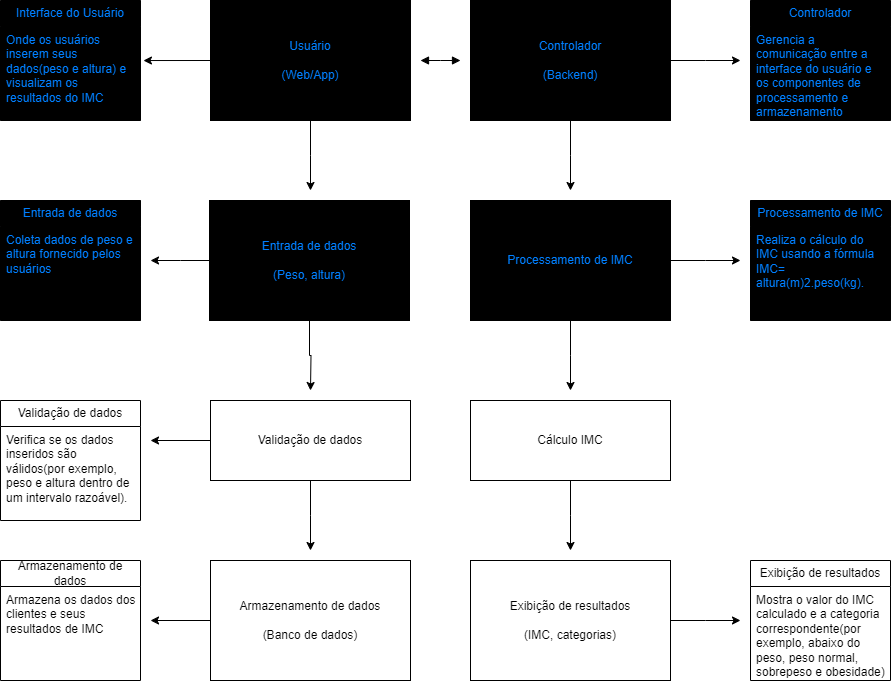
Zaibam/Desenvolvimento-De-Sistemas-1 keeps this draw.io diagram as Imc.drawio.png. Above is the earlier version. Source tidied: cells renumbered, new cells last; positions are measured from the earlier drawing's top-left corner, leaving out a move shared by most shapes.
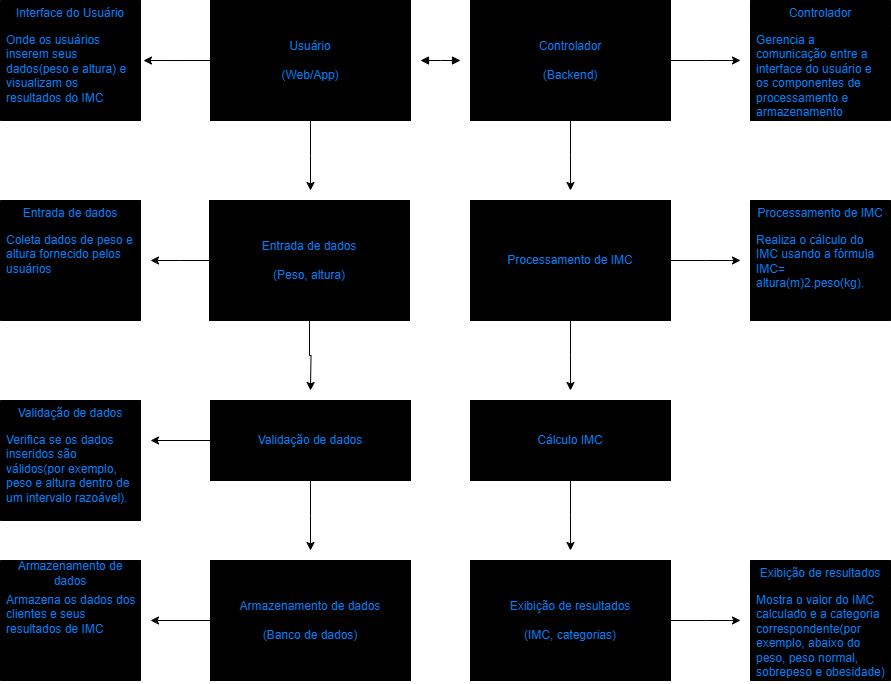
The same file after the commit.

Diff of the diagram source:
```diff
@@ -59,7 +59,7 @@
         <mxPoint x="150" y="440" as="targetPoint" />
       </mxGeometry>
     </mxCell>
-    <mxCell id="15" value="Validação de dados" style="html=1;whiteSpace=wrap;" parent="1" vertex="1">
+    <mxCell id="15" value="Validação de dados" style="html=1;whiteSpace=wrap;fillColor=#000000;fontColor=#007FFF;" parent="1" vertex="1">
       <mxGeometry x="210" y="400" width="200" height="80" as="geometry" />
     </mxCell>
     <mxCell id="16" style="edgeStyle=orthogonalEdgeStyle;rounded=0;jettySize=auto;html=1;exitX=0.5;exitY=1;exitDx=0;exitDy=0;" parent="1" edge="1" source="17">
@@ -67,7 +67,7 @@
         <mxPoint x="570" y="550" as="targetPoint" />
       </mxGeometry>
     </mxCell>
-    <mxCell id="17" value="Cálculo IMC" style="html=1;whiteSpace=wrap;" parent="1" vertex="1">
+    <mxCell id="17" value="Cálculo IMC" style="html=1;whiteSpace=wrap;fontColor=#007FFF;fillColor=#000000;" parent="1" vertex="1">
       <mxGeometry x="470" y="400" width="200" height="80" as="geometry" />
     </mxCell>
     <mxCell id="18" style="edgeStyle=orthogonalEdgeStyle;rounded=0;jettySize=auto;html=1;exitX=0;exitY=0.5;exitDx=0;exitDy=0;" parent="1" edge="1" source="19">
@@ -75,7 +75,7 @@
         <mxPoint x="150" y="620" as="targetPoint" />
       </mxGeometry>
     </mxCell>
-    <mxCell id="19" value="Armazenamento de dados&lt;br&gt;&lt;br&gt;(Banco de dados)" style="html=1;whiteSpace=wrap;" parent="1" vertex="1">
+    <mxCell id="19" value="Armazenamento de dados&lt;br&gt;&lt;br&gt;(Banco de dados)" style="html=1;whiteSpace=wrap;fillColor=#000000;fontColor=#007FFF;" parent="1" vertex="1">
       <mxGeometry x="210" y="560" width="200" height="120" as="geometry" />
     </mxCell>
     <mxCell id="20" style="edgeStyle=orthogonalEdgeStyle;rounded=0;jettySize=auto;html=1;exitX=1;exitY=0.5;exitDx=0;exitDy=0;" parent="1" edge="1" source="21">
@@ -83,7 +83,7 @@
         <mxPoint x="740" y="620" as="targetPoint" />
       </mxGeometry>
     </mxCell>
-    <mxCell id="21" value="Exibição de resultados&lt;br&gt;&lt;br&gt;(IMC, categorias)" style="html=1;whiteSpace=wrap;" parent="1" vertex="1">
+    <mxCell id="21" value="Exibição de resultados&lt;br&gt;&lt;br&gt;(IMC, categorias)" style="html=1;whiteSpace=wrap;fontColor=#007FFF;fillColor=#000000;" parent="1" vertex="1">
       <mxGeometry x="470" y="560" width="200" height="120" as="geometry" />
     </mxCell>
     <mxCell id="22" value="Interface do Usuário" style="swimlane;fontStyle=0;horizontal=1;startSize=26;fillColor=#000000;whiteSpace=wrap;html=1;fontColor=#007FFF;" parent="1" vertex="1">
@@ -122,22 +122,22 @@
     <mxCell id="31" value="Realiza o cálculo do IMC usando a fórmula IMC= altura(m)2.peso(kg)." style="text;strokeColor=none;fillColor=#000000;align=left;verticalAlign=top;spacingLeft=4;spacingRight=4;overflow=hidden;whiteSpace=wrap;html=1;fontColor=#007FFF;" parent="30" vertex="1">
       <mxGeometry y="26" width="140" height="94" as="geometry" />
     </mxCell>
-    <mxCell id="32" value="Exibição de resultados" style="swimlane;fontStyle=0;horizontal=1;startSize=26;fillColor=none;whiteSpace=wrap;html=1;" parent="1" vertex="1">
+    <mxCell id="32" value="Exibição de resultados" style="swimlane;fontStyle=0;horizontal=1;startSize=26;fillColor=#000000;whiteSpace=wrap;html=1;fontColor=#007FFF;" parent="1" vertex="1">
       <mxGeometry x="750" y="560" width="140" height="120" as="geometry" />
     </mxCell>
-    <mxCell id="33" value="Mostra o valor do IMC calculado e a categoria correspondente(por exemplo, abaixo do peso, peso normal, sobrepeso e obesidade)" style="text;strokeColor=none;fillColor=none;align=left;verticalAlign=top;spacingLeft=4;spacingRight=4;overflow=hidden;whiteSpace=wrap;html=1;" parent="32" vertex="1">
+    <mxCell id="33" value="Mostra o valor do IMC calculado e a categoria correspondente(por exemplo, abaixo do peso, peso normal, sobrepeso e obesidade)" style="text;strokeColor=none;fillColor=#000000;align=left;verticalAlign=top;spacingLeft=4;spacingRight=4;overflow=hidden;whiteSpace=wrap;html=1;fontColor=#007FFF;" parent="32" vertex="1">
       <mxGeometry y="26" width="140" height="94" as="geometry" />
     </mxCell>
-    <mxCell id="34" value="Validação de dados" style="swimlane;fontStyle=0;horizontal=1;startSize=26;fillColor=none;whiteSpace=wrap;html=1;" parent="1" vertex="1">
+    <mxCell id="34" value="Validação de dados" style="swimlane;fontStyle=0;horizontal=1;startSize=26;fillColor=#000000;whiteSpace=wrap;html=1;fontColor=#007FFF;" parent="1" vertex="1">
       <mxGeometry y="400" width="140" height="120" as="geometry" />
     </mxCell>
-    <mxCell id="35" value="Verifica se os dados inseridos são válidos(por exemplo, peso e altura dentro de um intervalo razoável)." style="text;strokeColor=none;fillColor=none;align=left;verticalAlign=top;spacingLeft=4;spacingRight=4;overflow=hidden;whiteSpace=wrap;html=1;" parent="34" vertex="1">
+    <mxCell id="35" value="Verifica se os dados inseridos são válidos(por exemplo, peso e altura dentro de um intervalo razoável)." style="text;strokeColor=none;fillColor=#000000;align=left;verticalAlign=top;spacingLeft=4;spacingRight=4;overflow=hidden;whiteSpace=wrap;html=1;fontColor=#007FFF;" parent="34" vertex="1">
       <mxGeometry y="26" width="140" height="94" as="geometry" />
     </mxCell>
-    <mxCell id="36" value="Armazenamento de dados" style="swimlane;fontStyle=0;horizontal=1;startSize=26;fillColor=none;whiteSpace=wrap;html=1;" parent="1" vertex="1">
+    <mxCell id="36" value="Armazenamento de dados" style="swimlane;fontStyle=0;horizontal=1;startSize=26;fillColor=#000000;whiteSpace=wrap;html=1;fontColor=#007FFF;" parent="1" vertex="1">
       <mxGeometry y="560" width="140" height="120" as="geometry" />
     </mxCell>
-    <mxCell id="37" value="Armazena os dados dos clientes e seus resultados de IMC" style="text;strokeColor=none;fillColor=none;align=left;verticalAlign=top;spacingLeft=4;spacingRight=4;overflow=hidden;whiteSpace=wrap;html=1;" parent="36" vertex="1">
+    <mxCell id="37" value="Armazena os dados dos clientes e seus resultados de IMC" style="text;strokeColor=none;fillColor=#000000;align=left;verticalAlign=top;spacingLeft=4;spacingRight=4;overflow=hidden;whiteSpace=wrap;html=1;fontColor=#007FFF;" parent="36" vertex="1">
       <mxGeometry y="26" width="140" height="94" as="geometry" />
     </mxCell>
   </root>
```
